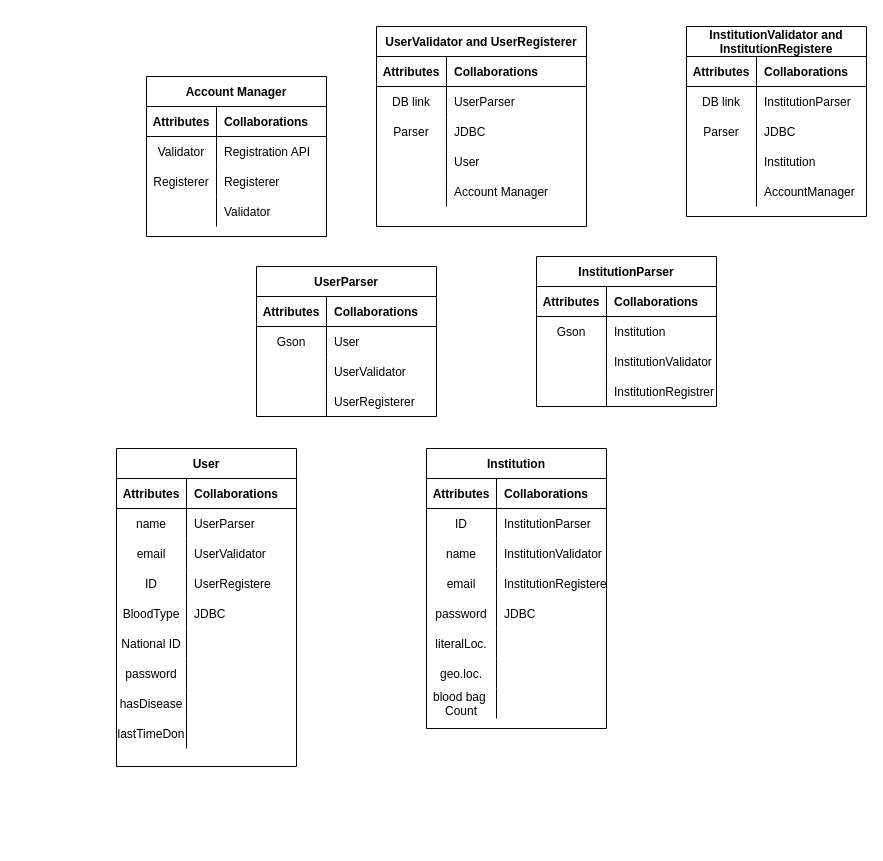
This is page "CRC" (2 of 3) of AccountManager.drawio from muhmagdy/Bloodify, a draw.io file, before an edit. Source tidied: cells renumbered, new cells numbered last; positions are measured from the earlier drawing's top-left corner, leaving out a move shared by most shapes. Both pictures are drawn from the tidied source at 100%, with x=0, y=0 at pixel (116, 26).
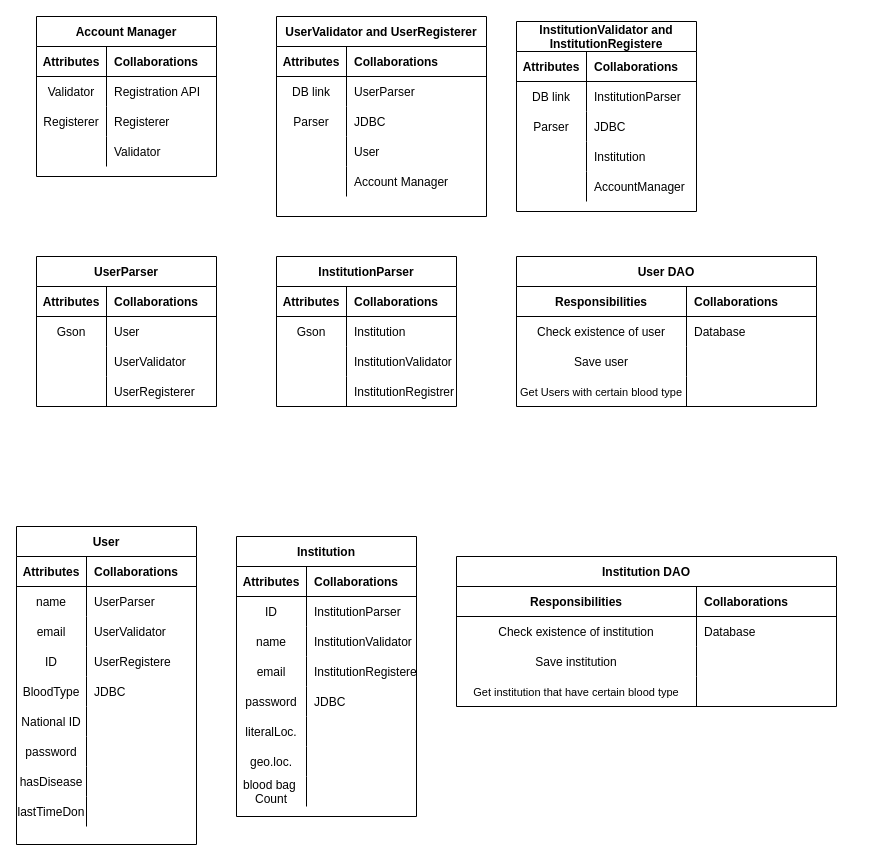
After the change.

Diff of the diagram source:
```diff
@@
     <mxCell id="2" value="Account Manager" style="shape=table;startSize=30;childLayout=tableLayout;rowLines=0;fontStyle=1;align=center;" parent="1" vertex="1">
-      <mxGeometry x="30" y="50" width="180" height="160" as="geometry" />
+      <mxGeometry x="-80" y="-10" width="180" height="160" as="geometry" />
     </mxCell>
@@
     <mxCell id="15" value="UserValidator and UserRegisterer" style="shape=table;startSize=30;childLayout=tableLayout;rowLines=0;fontStyle=1;align=center;" parent="1" vertex="1">
-      <mxGeometry x="260" width="210" height="200" as="geometry" />
+      <mxGeometry x="160" y="-10" width="210" height="200" as="geometry" />
     </mxCell>
@@
     <mxCell id="31" value="InstitutionValidator and&#10;InstitutionRegistere" style="shape=table;startSize=30;childLayout=tableLayout;rowLines=0;fontStyle=1;align=center;" parent="1" vertex="1">
-      <mxGeometry x="570" width="180" height="190" as="geometry" />
+      <mxGeometry x="400" y="-5" width="180" height="190" as="geometry" />
     </mxCell>
@@
     <mxCell id="47" value="UserParser" style="shape=table;startSize=30;childLayout=tableLayout;rowLines=0;fontStyle=1;align=center;" parent="1" vertex="1">
-      <mxGeometry x="140" y="240" width="180" height="150" as="geometry" />
+      <mxGeometry x="-80" y="230" width="180" height="150" as="geometry" />
     </mxCell>
@@
     <mxCell id="60" value="InstitutionParser" style="shape=table;startSize=30;childLayout=tableLayout;rowLines=0;fontStyle=1;align=center;" parent="1" vertex="1">
-      <mxGeometry x="420" y="230" width="180" height="150" as="geometry" />
+      <mxGeometry x="160" y="230" width="180" height="150" as="geometry" />
     </mxCell>
@@
     <mxCell id="73" value="User" style="shape=table;startSize=30;childLayout=tableLayout;rowLines=0;fontStyle=1;align=center;" parent="1" vertex="1">
-      <mxGeometry y="422" width="180" height="318" as="geometry" />
+      <mxGeometry x="-100" y="500" width="180" height="318" as="geometry" />
     </mxCell>
@@
     <mxCell id="101" style="shape=tableRow;horizontal=0;startSize=0;swimlaneHead=0;swimlaneBody=0;fillColor=none;top=0;left=0;right=0;bottom=0;" parent="1" vertex="1">
-      <mxGeometry x="570" y="150" width="180" height="30" as="geometry" />
+      <mxGeometry x="400" y="145" width="180" height="30" as="geometry" />
     </mxCell>
@@
     <mxCell id="103" value="Institution" style="shape=table;startSize=30;childLayout=tableLayout;rowLines=0;fontStyle=1;align=center;" parent="1" vertex="1">
-      <mxGeometry x="310" y="422" width="180" height="280" as="geometry" />
+      <mxGeometry x="120" y="510" width="180" height="280" as="geometry" />
     </mxCell>
@@
+    <mxCell id="128" value="User DAO" style="shape=table;startSize=30;childLayout=tableLayout;rowLines=0;fontStyle=1;align=center;" parent="1" vertex="1">
+      <mxGeometry x="400" y="230" width="300" height="150" as="geometry" />
+    </mxCell>
+    <mxCell id="129" style="shape=tableRow;horizontal=0;startSize=0;swimlaneHead=0;swimlaneBody=0;fillColor=none;top=0;left=0;right=0;bottom=1;" parent="128" vertex="1">
+      <mxGeometry y="30" width="300" height="30" as="geometry" />
+    </mxCell>
+    <mxCell id="130" value="Responsibilities" style="shape=partialRectangle;fillColor=none;top=0;left=0;bottom=0;right=0;fontStyle=1;overflow=hidden;" parent="129" vertex="1">
+      <mxGeometry width="170" height="30" as="geometry" />
+    </mxCell>
+    <mxCell id="131" value="Collaborations" style="shape=partialRectangle;fillColor=none;top=0;left=0;bottom=0;right=0;align=left;spacingLeft=6;fontStyle=1;overflow=hidden;" parent="129" vertex="1">
+      <mxGeometry x="170" width="130" height="30" as="geometry" />
+    </mxCell>
+    <mxCell id="132" style="shape=tableRow;horizontal=0;startSize=0;swimlaneHead=0;swimlaneBody=0;fillColor=none;top=0;left=0;right=0;bottom=0;" parent="128" vertex="1">
+      <mxGeometry y="60" width="300" height="30" as="geometry" />
+    </mxCell>
+    <mxCell id="133" value="Check existence of user" style="shape=partialRectangle;fillColor=none;top=0;left=0;bottom=0;right=0;overflow=hidden;" parent="132" vertex="1">
+      <mxGeometry width="170" height="30" as="geometry" />
+    </mxCell>
+    <mxCell id="134" value="Database" style="shape=partialRectangle;fillColor=none;top=0;left=0;bottom=0;right=0;align=left;spacingLeft=6;overflow=hidden;" parent="132" vertex="1">
+      <mxGeometry x="170" width="130" height="30" as="geometry" />
+    </mxCell>
+    <mxCell id="135" style="shape=tableRow;horizontal=0;startSize=0;swimlaneHead=0;swimlaneBody=0;fillColor=none;top=0;left=0;right=0;bottom=0;" parent="128" vertex="1">
+      <mxGeometry y="90" width="300" height="30" as="geometry" />
+    </mxCell>
+    <mxCell id="136" value="Save user" style="shape=partialRectangle;fillColor=none;top=0;left=0;bottom=0;right=0;overflow=hidden;" parent="135" vertex="1">
+      <mxGeometry width="170" height="30" as="geometry" />
+    </mxCell>
+    <mxCell id="137" style="shape=partialRectangle;fillColor=none;top=0;left=0;bottom=0;right=0;align=left;spacingLeft=6;overflow=hidden;" parent="135" vertex="1">
+      <mxGeometry x="170" width="130" height="30" as="geometry" />
+    </mxCell>
+    <mxCell id="138" style="shape=partialRectangle;fillColor=none;top=0;left=0;bottom=0;right=0;fontSize=11;" parent="128" vertex="1">
+      <mxGeometry y="120" width="300" height="30" as="geometry" />
+    </mxCell>
+    <mxCell id="139" value="Get Users with certain blood type" style="shape=partialRectangle;fillColor=none;top=0;left=0;bottom=0;right=0;overflow=hidden;fontSize=11;" parent="138" vertex="1">
+      <mxGeometry width="170" height="30" as="geometry" />
+    </mxCell>
+    <mxCell id="140" style="shape=partialRectangle;fillColor=none;top=0;left=0;bottom=0;right=0;align=left;spacingLeft=6;overflow=hidden;fontSize=11;" parent="138" vertex="1">
+      <mxGeometry x="170" width="130" height="30" as="geometry" />
+    </mxCell>
+    <mxCell id="141" value="Institution DAO" style="shape=table;startSize=30;childLayout=tableLayout;rowLines=0;fontStyle=1;align=center;" parent="1" vertex="1">
+      <mxGeometry x="340" y="530" width="380" height="150" as="geometry" />
+    </mxCell>
+    <mxCell id="142" style="shape=tableRow;horizontal=0;startSize=0;swimlaneHead=0;swimlaneBody=0;fillColor=none;top=0;left=0;right=0;bottom=1;" parent="141" vertex="1">
+      <mxGeometry y="30" width="380" height="30" as="geometry" />
+    </mxCell>
+    <mxCell id="143" value="Responsibilities" style="shape=partialRectangle;fillColor=none;top=0;left=0;bottom=0;right=0;fontStyle=1;overflow=hidden;" parent="142" vertex="1">
+      <mxGeometry width="240" height="30" as="geometry" />
+    </mxCell>
+    <mxCell id="144" value="Collaborations" style="shape=partialRectangle;fillColor=none;top=0;left=0;bottom=0;right=0;align=left;spacingLeft=6;fontStyle=1;overflow=hidden;" parent="142" vertex="1">
+      <mxGeometry x="240" width="140" height="30" as="geometry" />
+    </mxCell>
+    <mxCell id="145" style="shape=tableRow;horizontal=0;startSize=0;swimlaneHead=0;swimlaneBody=0;fillColor=none;top=0;left=0;right=0;bottom=0;" parent="141" vertex="1">
+      <mxGeometry y="60" width="380" height="30" as="geometry" />
+    </mxCell>
+    <mxCell id="146" value="Check existence of institution" style="shape=partialRectangle;fillColor=none;top=0;left=0;bottom=0;right=0;overflow=hidden;" parent="145" vertex="1">
+      <mxGeometry width="240" height="30" as="geometry" />
+    </mxCell>
+    <mxCell id="147" value="Database" style="shape=partialRectangle;fillColor=none;top=0;left=0;bottom=0;right=0;align=left;spacingLeft=6;overflow=hidden;" parent="145" vertex="1">
+      <mxGeometry x="240" width="140" height="30" as="geometry" />
+    </mxCell>
+    <mxCell id="148" style="shape=tableRow;horizontal=0;startSize=0;swimlaneHead=0;swimlaneBody=0;fillColor=none;top=0;left=0;right=0;bottom=0;" parent="141" vertex="1">
+      <mxGeometry y="90" width="380" height="30" as="geometry" />
+    </mxCell>
+    <mxCell id="149" value="Save institution" style="shape=partialRectangle;fillColor=none;top=0;left=0;bottom=0;right=0;overflow=hidden;" parent="148" vertex="1">
+      <mxGeometry width="240" height="30" as="geometry" />
+    </mxCell>
+    <mxCell id="150" style="shape=partialRectangle;fillColor=none;top=0;left=0;bottom=0;right=0;align=left;spacingLeft=6;overflow=hidden;" parent="148" vertex="1">
+      <mxGeometry x="240" width="140" height="30" as="geometry" />
+    </mxCell>
+    <mxCell id="151" style="shape=partialRectangle;fillColor=none;top=0;left=0;bottom=0;right=0;fontSize=11;" parent="141" vertex="1">
+      <mxGeometry y="120" width="380" height="30" as="geometry" />
+    </mxCell>
+    <mxCell id="152" value="Get institution that have certain blood type" style="shape=partialRectangle;fillColor=none;top=0;left=0;bottom=0;right=0;overflow=hidden;fontSize=11;" parent="151" vertex="1">
+      <mxGeometry width="240" height="30" as="geometry" />
+    </mxCell>
+    <mxCell id="153" style="shape=partialRectangle;fillColor=none;top=0;left=0;bottom=0;right=0;align=left;spacingLeft=6;overflow=hidden;fontSize=11;" parent="151" vertex="1">
+      <mxGeometry x="240" width="140" height="30" as="geometry" />
+    </mxCell>
```
